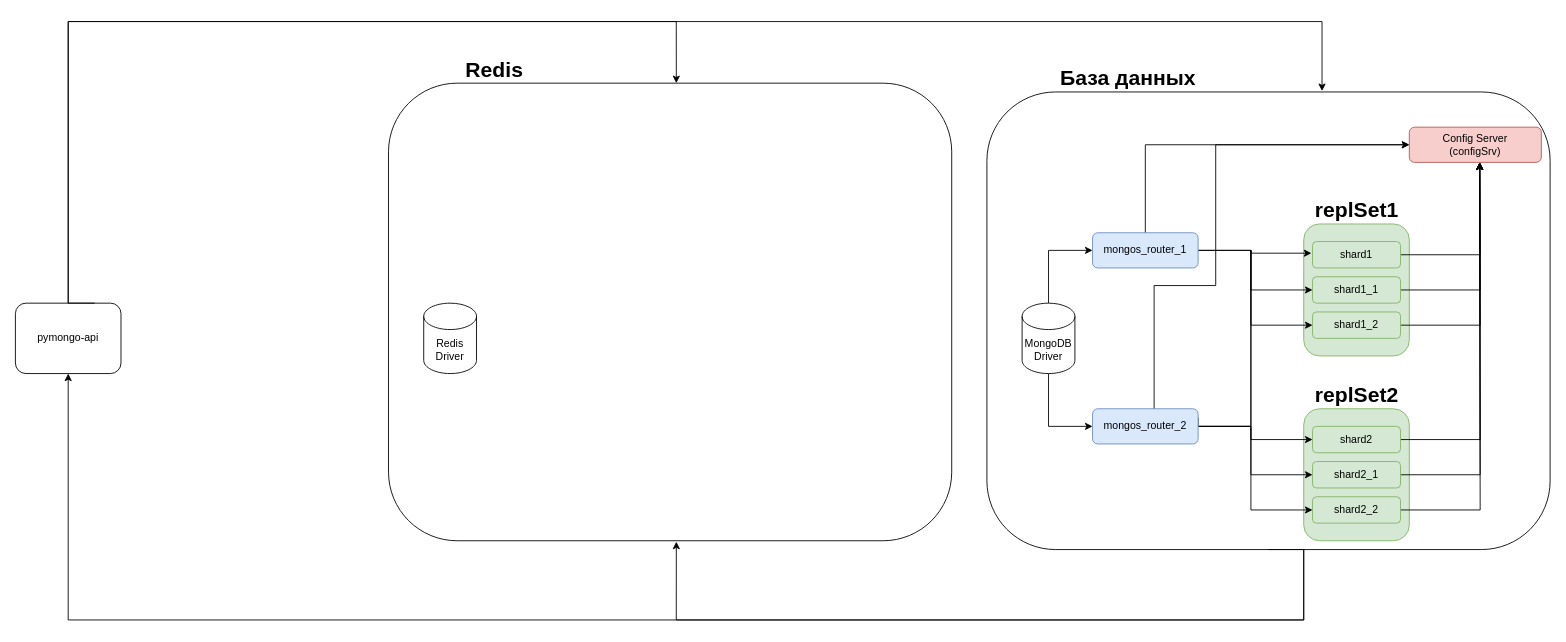
This is page "sprint_2: task_1.3" (4 of 4) of task1.drawio from fireflysmk/architecture-sprint-2, a draw.io file, before an edit. Source tidied: cells renumbered, new cells numbered last; positions are measured from the earlier drawing's top-left corner, leaving out a move shared by most shapes. Both pictures are drawn from the tidied source at 88%, with x=0, y=0 at pixel (15, 21).
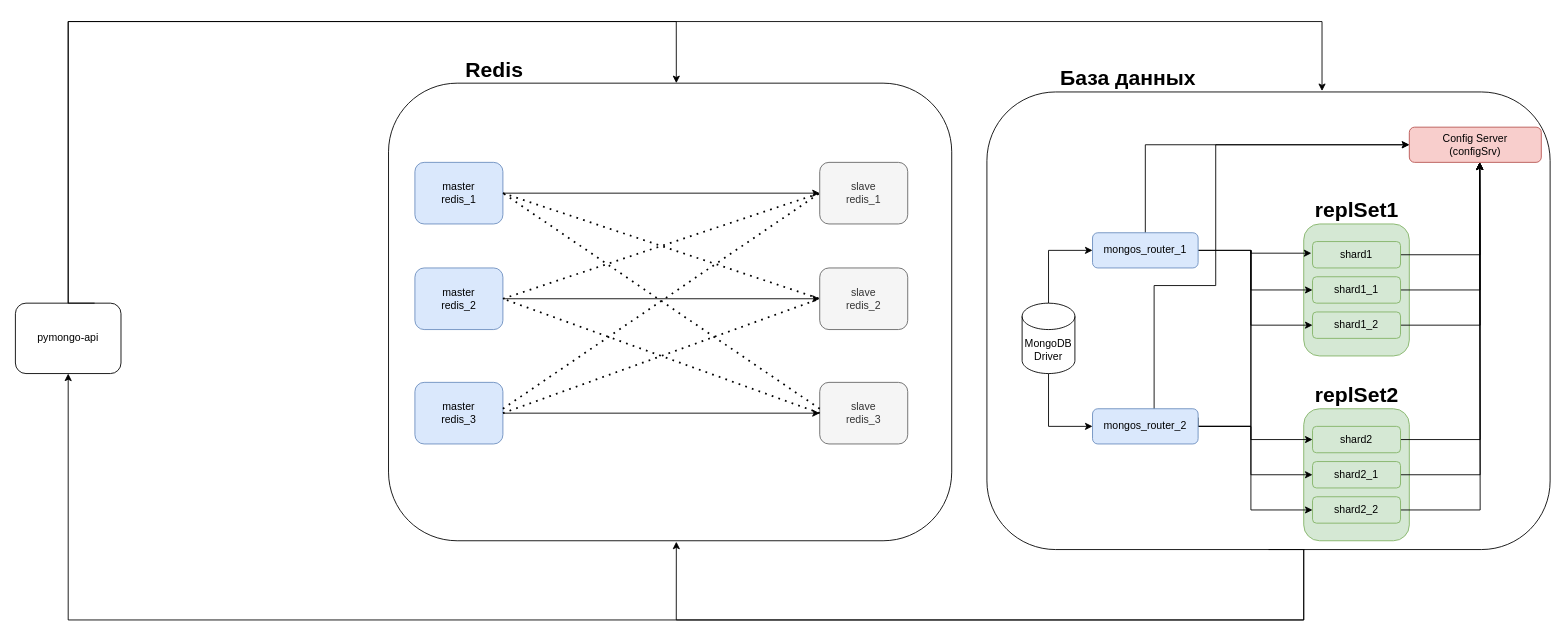
The same diagram, later.

Commit message (it also covers changes not shown here):
sprint_2: task_4

The edit, as a diff of the source:
```diff
@@
-    <mxCell id="37" value="Redis&lt;div&gt;Driver&lt;/div&gt;" style="shape=cylinder3;whiteSpace=wrap;html=1;boundedLbl=1;backgroundOutline=1;size=15;" parent="1" vertex="1">
-      <mxGeometry x="464" y="320" width="60" height="80" as="geometry" />
-    </mxCell>
@@
+    <mxCell id="43" style="edgeStyle=orthogonalEdgeStyle;rounded=0;jettySize=auto;html=1;exitX=1;exitY=0.5;exitDx=0;exitDy=0;entryX=0;entryY=0.5;entryDx=0;entryDy=0;" parent="1" edge="1" source="44" target="49">
+      <mxGeometry relative="1" as="geometry" />
+    </mxCell>
+    <mxCell id="44" value="&lt;div&gt;master&lt;/div&gt;redis_1" style="rounded=1;whiteSpace=wrap;html=1;fillColor=#dae8fc;strokeColor=#6c8ebf;" parent="1" vertex="1">
+      <mxGeometry x="454" y="160" width="100" height="70" as="geometry" />
+    </mxCell>
+    <mxCell id="45" style="edgeStyle=orthogonalEdgeStyle;rounded=0;jettySize=auto;html=1;exitX=1;exitY=0.5;exitDx=0;exitDy=0;entryX=0;entryY=0.5;entryDx=0;entryDy=0;" parent="1" edge="1" source="46" target="50">
+      <mxGeometry relative="1" as="geometry" />
+    </mxCell>
+    <mxCell id="46" value="&lt;div&gt;master&lt;/div&gt;redis_3" style="rounded=1;whiteSpace=wrap;html=1;fillColor=#dae8fc;strokeColor=#6c8ebf;" parent="1" vertex="1">
+      <mxGeometry x="454" y="410" width="100" height="70" as="geometry" />
+    </mxCell>
+    <mxCell id="47" style="edgeStyle=orthogonalEdgeStyle;rounded=0;jettySize=auto;html=1;exitX=1;exitY=0.5;exitDx=0;exitDy=0;entryX=0;entryY=0.5;entryDx=0;entryDy=0;" parent="1" edge="1" source="48" target="51">
+      <mxGeometry relative="1" as="geometry" />
+    </mxCell>
+    <mxCell id="48" value="&lt;div&gt;master&lt;/div&gt;redis_2" style="rounded=1;whiteSpace=wrap;html=1;fillColor=#dae8fc;strokeColor=#6c8ebf;" parent="1" vertex="1">
+      <mxGeometry x="454" y="280" width="100" height="70" as="geometry" />
+    </mxCell>
+    <mxCell id="49" value="&lt;div&gt;slave&lt;/div&gt;redis_1" style="rounded=1;whiteSpace=wrap;html=1;fillColor=#f5f5f5;strokeColor=#666666;fontColor=#333333;" parent="1" vertex="1">
+      <mxGeometry x="914" y="160" width="100" height="70" as="geometry" />
+    </mxCell>
+    <mxCell id="50" value="&lt;div&gt;slave&lt;/div&gt;redis_3" style="rounded=1;whiteSpace=wrap;html=1;fillColor=#f5f5f5;strokeColor=#666666;fontColor=#333333;" parent="1" vertex="1">
+      <mxGeometry x="914" y="410" width="100" height="70" as="geometry" />
+    </mxCell>
+    <mxCell id="51" value="&lt;div&gt;slave&lt;/div&gt;redis_2" style="rounded=1;whiteSpace=wrap;html=1;fillColor=#f5f5f5;strokeColor=#666666;fontColor=#333333;" parent="1" vertex="1">
+      <mxGeometry x="914" y="280" width="100" height="70" as="geometry" />
+    </mxCell>
+    <mxCell id="52" style="endArrow=none;dashed=1;html=1;dashPattern=1 3;strokeWidth=2;rounded=0;entryX=0;entryY=0.5;entryDx=0;entryDy=0;" parent="1" edge="1" target="49">
+      <mxGeometry relative="1" as="geometry">
+        <mxPoint x="554" y="440" as="sourcePoint" />
+      </mxGeometry>
+    </mxCell>
+    <mxCell id="53" style="endArrow=none;dashed=1;html=1;dashPattern=1 3;strokeWidth=2;rounded=0;entryX=0;entryY=0.5;entryDx=0;entryDy=0;exitX=1;exitY=0.5;exitDx=0;exitDy=0;" parent="1" edge="1" source="48" target="49">
+      <mxGeometry relative="1" as="geometry" />
+    </mxCell>
+    <mxCell id="54" style="endArrow=none;dashed=1;html=1;dashPattern=1 3;strokeWidth=2;rounded=0;entryX=0;entryY=0.5;entryDx=0;entryDy=0;exitX=1;exitY=0.5;exitDx=0;exitDy=0;" parent="1" edge="1" source="44" target="51">
+      <mxGeometry relative="1" as="geometry" />
+    </mxCell>
+    <mxCell id="55" style="endArrow=none;dashed=1;html=1;dashPattern=1 3;strokeWidth=2;rounded=0;entryX=1;entryY=0.5;entryDx=0;entryDy=0;exitX=0;exitY=0.5;exitDx=0;exitDy=0;" parent="1" edge="1" source="50" target="48">
+      <mxGeometry relative="1" as="geometry" />
+    </mxCell>
+    <mxCell id="56" style="endArrow=none;dashed=1;html=1;dashPattern=1 3;strokeWidth=2;rounded=0;entryX=0;entryY=0.5;entryDx=0;entryDy=0;exitX=1;exitY=0.5;exitDx=0;exitDy=0;" parent="1" edge="1" source="46" target="51">
+      <mxGeometry relative="1" as="geometry" />
+    </mxCell>
+    <mxCell id="57" style="endArrow=none;dashed=1;html=1;dashPattern=1 3;strokeWidth=2;rounded=0;entryX=1;entryY=0.5;entryDx=0;entryDy=0;" parent="1" edge="1" target="44">
+      <mxGeometry relative="1" as="geometry">
+        <mxPoint x="914" y="440" as="sourcePoint" />
+      </mxGeometry>
+    </mxCell>
```
